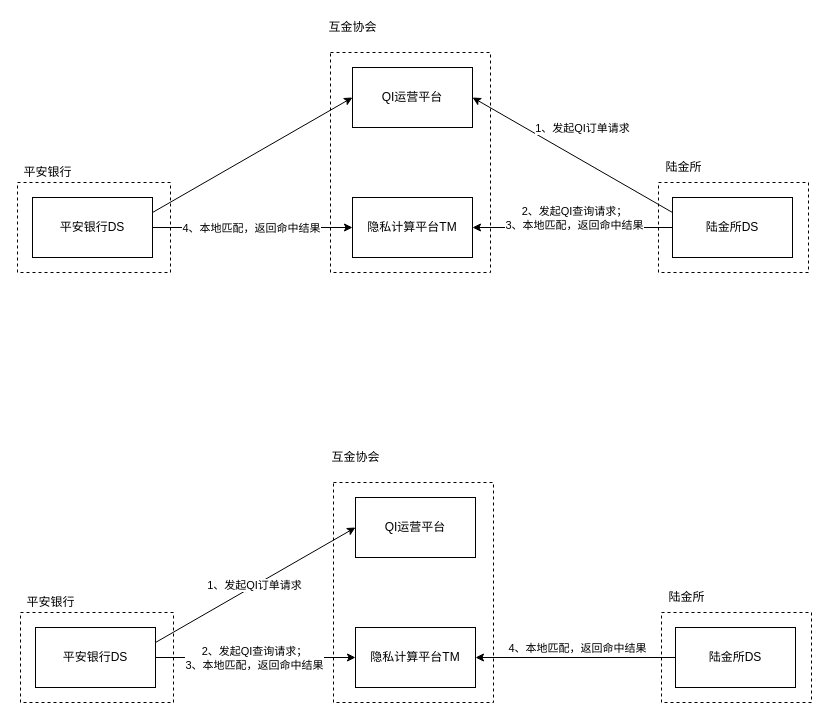
The draw.io diagram qi_pingan.drawio in yankaili2006/drawing_io, before the edit. Source tidied: cells renumbered, new cells numbered last; positions are measured from the earlier drawing's top-left corner, leaving out a move shared by most shapes. Both pictures are drawn from the tidied source at 100%, with x=0, y=0 at pixel (17, 17).
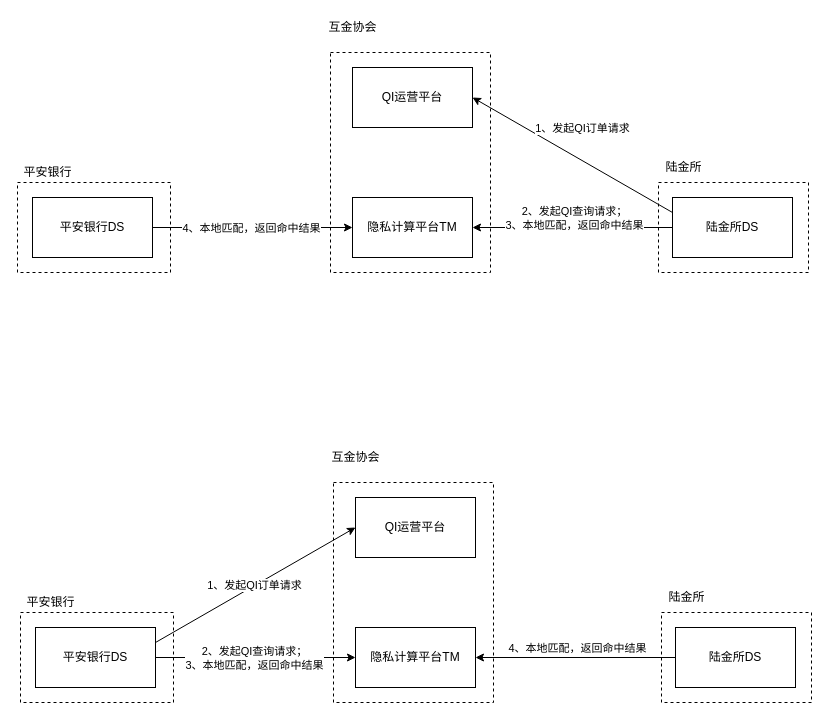
After the change.

The change refers to these unchanged cells:
```xml
<mxCell id="6" value="QI运营平台" style="rounded=0;whiteSpace=wrap;html=1;" parent="1" vertex="1">
  <mxGeometry x="335" y="50" width="120" height="60" as="geometry" />
</mxCell>
<mxCell id="7" value="平安银行DS" style="rounded=0;whiteSpace=wrap;html=1;" parent="1" vertex="1">
  <mxGeometry x="15" y="180" width="120" height="60" as="geometry" />
</mxCell>
```

Change to the diagram source:
```diff
@@
-    <mxCell id="9" style="endArrow=classic;html=1;exitX=1;exitY=0.25;exitDx=0;exitDy=0;entryX=0;entryY=0.5;entryDx=0;entryDy=0;" parent="1" edge="1" source="7" target="6">
-      <mxGeometry relative="1" as="geometry" />
-    </mxCell>
```
